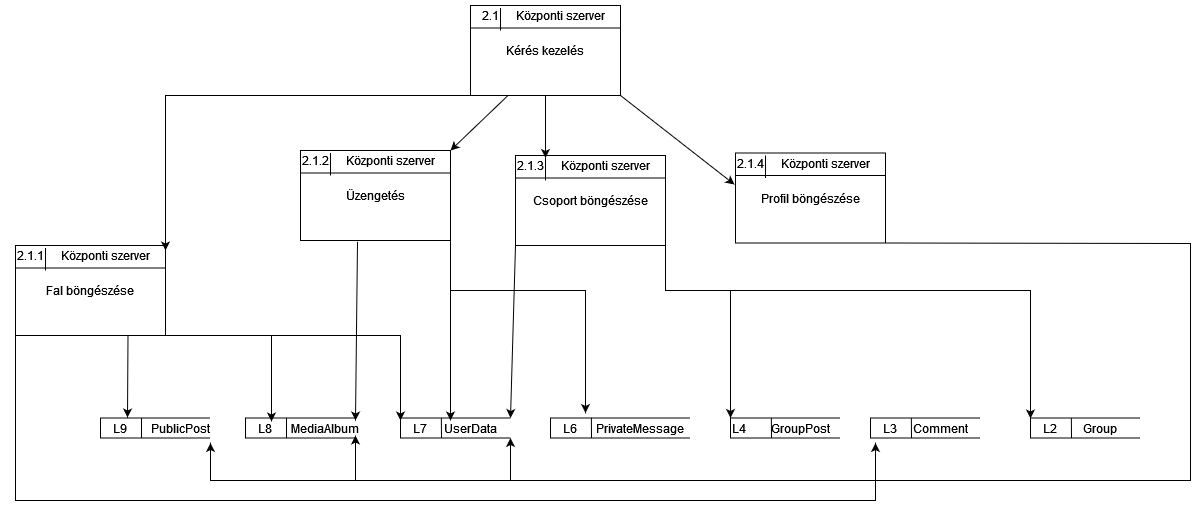
Before: documentation/diagrams/adatfolyam 3 L.drawio.png, a diagram exported from draw.io (AasinR/post-request). Source tidied: cells renumbered, new cells last; positions are measured from the earlier drawing's top-left corner, leaving out a move shared by most shapes.
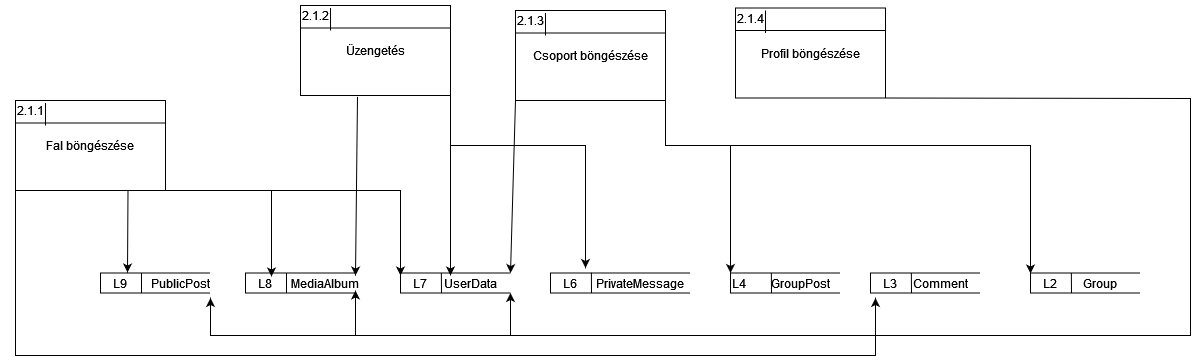
After the change.

The edit, as a diff of the source:
```diff
@@ -2,21 +2,6 @@
   <root>
     <mxCell id="0" />
     <mxCell id="1" parent="0" />
-    <mxCell id="2" value="Kérés kezelés" style="rounded=0;whiteSpace=wrap;html=1;fillColor=default;" parent="1" vertex="1">
-      <mxGeometry x="470" y="5" width="150" height="90" as="geometry" />
-    </mxCell>
-    <mxCell id="3" value="2.1" style="text;html=1;strokeColor=none;fillColor=none;align=center;verticalAlign=middle;whiteSpace=wrap;rounded=0;" parent="1" vertex="1">
-      <mxGeometry x="460" width="60" height="30" as="geometry" />
-    </mxCell>
-    <mxCell id="4" value="Központi szerver" style="text;html=1;strokeColor=none;fillColor=none;align=center;verticalAlign=middle;whiteSpace=wrap;rounded=0;" parent="1" vertex="1">
-      <mxGeometry x="500" width="120" height="30" as="geometry" />
-    </mxCell>
-    <mxCell id="5" style="endArrow=none;html=1;rounded=0;entryX=1;entryY=0.25;entryDx=0;entryDy=0;exitX=0;exitY=0.25;exitDx=0;exitDy=0;" parent="1" edge="1" source="2" target="2">
-      <mxGeometry relative="1" as="geometry" />
-    </mxCell>
-    <mxCell id="6" style="endArrow=none;html=1;rounded=0;entryX=0;entryY=0.25;entryDx=0;entryDy=0;exitX=0;exitY=1;exitDx=0;exitDy=0;" parent="1" edge="1" source="4" target="4">
-      <mxGeometry relative="1" as="geometry" />
-    </mxCell>
     <mxCell id="7" style="strokeWidth=1;html=1;shape=mxgraph.flowchart.annotation_1;align=left;fillColor=#FFFFFF;" parent="1" vertex="1">
       <mxGeometry x="550" y="417.5" width="140" height="20" as="geometry" />
     </mxCell>
@@ -120,23 +105,15 @@
     <mxCell id="35" value="2.1.1" style="text;html=1;strokeColor=none;fillColor=none;align=center;verticalAlign=middle;whiteSpace=wrap;rounded=0;" parent="1" vertex="1">
       <mxGeometry y="240" width="60" height="30" as="geometry" />
     </mxCell>
-    <mxCell id="36" value="Központi szerver" style="text;html=1;strokeColor=none;fillColor=none;align=center;verticalAlign=middle;whiteSpace=wrap;rounded=0;" parent="1" vertex="1">
-      <mxGeometry x="45" y="240" width="120" height="30" as="geometry" />
-    </mxCell>
     <mxCell id="37" style="endArrow=none;html=1;rounded=0;entryX=1;entryY=0.25;entryDx=0;entryDy=0;exitX=0;exitY=0.25;exitDx=0;exitDy=0;" parent="1" edge="1" source="34" target="34">
       <mxGeometry relative="1" as="geometry" />
     </mxCell>
-    <mxCell id="38" style="endArrow=none;html=1;rounded=0;entryX=0;entryY=0.25;entryDx=0;entryDy=0;exitX=0;exitY=1;exitDx=0;exitDy=0;" parent="1" edge="1" source="36" target="36">
-      <mxGeometry relative="1" as="geometry" />
+    <mxCell id="38" style="endArrow=none;html=1;rounded=0;entryX=0;entryY=0.25;entryDx=0;entryDy=0;exitX=0;exitY=1;exitDx=0;exitDy=0;" parent="1" edge="1">
+      <mxGeometry relative="1" as="geometry">
+        <mxPoint x="45" y="270" as="sourcePoint" />
+        <mxPoint x="45" y="247.5" as="targetPoint" />
+      </mxGeometry>
     </mxCell>
-    <mxCell id="39" style="endArrow=classic;html=1;rounded=0;exitX=0.25;exitY=1;exitDx=0;exitDy=0;" parent="1" edge="1" source="2">
-      <mxGeometry relative="1" as="geometry">
-        <mxPoint x="165" y="250" as="targetPoint" />
-        <Array as="points">
-          <mxPoint x="165" y="95" />
-        </Array>
-      </mxGeometry>
-    </mxCell>
     <mxCell id="40" style="endArrow=classic;html=1;rounded=0;exitX=0.75;exitY=1;exitDx=0;exitDy=0;" parent="1" edge="1" source="34">
       <mxGeometry relative="1" as="geometry">
         <mxPoint x="127" y="417" as="targetPoint" />
@@ -156,20 +133,15 @@
     <mxCell id="43" value="2.1.2" style="text;html=1;strokeColor=none;fillColor=none;align=center;verticalAlign=middle;whiteSpace=wrap;rounded=0;" parent="1" vertex="1">
       <mxGeometry x="285" y="145" width="60" height="30" as="geometry" />
     </mxCell>
-    <mxCell id="44" value="Központi szerver" style="text;html=1;strokeColor=none;fillColor=none;align=center;verticalAlign=middle;whiteSpace=wrap;rounded=0;" parent="1" vertex="1">
-      <mxGeometry x="330" y="145" width="120" height="30" as="geometry" />
-    </mxCell>
     <mxCell id="45" style="endArrow=none;html=1;rounded=0;entryX=1;entryY=0.25;entryDx=0;entryDy=0;exitX=0;exitY=0.25;exitDx=0;exitDy=0;" parent="1" edge="1" source="42" target="42">
       <mxGeometry relative="1" as="geometry" />
     </mxCell>
-    <mxCell id="46" style="endArrow=none;html=1;rounded=0;entryX=0;entryY=0.25;entryDx=0;entryDy=0;exitX=0;exitY=1;exitDx=0;exitDy=0;" parent="1" edge="1" source="44" target="44">
-      <mxGeometry relative="1" as="geometry" />
+    <mxCell id="46" style="endArrow=none;html=1;rounded=0;entryX=0;entryY=0.25;entryDx=0;entryDy=0;exitX=0;exitY=1;exitDx=0;exitDy=0;" parent="1" edge="1">
+      <mxGeometry relative="1" as="geometry">
+        <mxPoint x="330" y="175" as="sourcePoint" />
+        <mxPoint x="330" y="152.5" as="targetPoint" />
+      </mxGeometry>
     </mxCell>
-    <mxCell id="47" style="endArrow=classic;html=1;rounded=0;exitX=0.25;exitY=1;exitDx=0;exitDy=0;" parent="1" edge="1" source="2">
-      <mxGeometry relative="1" as="geometry">
-        <mxPoint x="450" y="150" as="targetPoint" />
-      </mxGeometry>
-    </mxCell>
     <mxCell id="48" style="endArrow=classic;html=1;rounded=0;exitX=1;exitY=1;exitDx=0;exitDy=0;" parent="1" edge="1" source="42">
       <mxGeometry relative="1" as="geometry">
         <mxPoint x="450" y="420" as="targetPoint" />
@@ -192,18 +164,15 @@
     <mxCell id="52" value="2.1.3" style="text;html=1;strokeColor=none;fillColor=none;align=center;verticalAlign=middle;whiteSpace=wrap;rounded=0;" parent="1" vertex="1">
       <mxGeometry x="500" y="150" width="60" height="30" as="geometry" />
     </mxCell>
-    <mxCell id="53" value="Központi szerver" style="text;html=1;strokeColor=none;fillColor=none;align=center;verticalAlign=middle;whiteSpace=wrap;rounded=0;" parent="1" vertex="1">
-      <mxGeometry x="545" y="150" width="120" height="30" as="geometry" />
-    </mxCell>
     <mxCell id="54" style="endArrow=none;html=1;rounded=0;entryX=1;entryY=0.25;entryDx=0;entryDy=0;exitX=0;exitY=0.25;exitDx=0;exitDy=0;" parent="1" edge="1" source="51" target="51">
       <mxGeometry relative="1" as="geometry" />
     </mxCell>
-    <mxCell id="55" style="endArrow=none;html=1;rounded=0;entryX=0;entryY=0.25;entryDx=0;entryDy=0;exitX=0;exitY=1;exitDx=0;exitDy=0;" parent="1" edge="1" source="53" target="53">
-      <mxGeometry relative="1" as="geometry" />
+    <mxCell id="55" style="endArrow=none;html=1;rounded=0;entryX=0;entryY=0.25;entryDx=0;entryDy=0;exitX=0;exitY=1;exitDx=0;exitDy=0;" parent="1" edge="1">
+      <mxGeometry relative="1" as="geometry">
+        <mxPoint x="545" y="180" as="sourcePoint" />
+        <mxPoint x="545" y="157.5" as="targetPoint" />
+      </mxGeometry>
     </mxCell>
-    <mxCell id="56" style="endArrow=classic;html=1;rounded=0;entryX=0;entryY=0.25;entryDx=0;entryDy=0;exitX=0.5;exitY=1;exitDx=0;exitDy=0;" parent="1" edge="1" source="2" target="53">
-      <mxGeometry relative="1" as="geometry" />
-    </mxCell>
     <mxCell id="57" style="endArrow=classic;html=1;rounded=0;entryX=1;entryY=0;entryDx=0;entryDy=0;entryPerimeter=0;exitX=0;exitY=1;exitDx=0;exitDy=0;" parent="1" edge="1" source="51" target="11">
       <mxGeometry relative="1" as="geometry" />
     </mxCell>
@@ -229,14 +198,14 @@
     <mxCell id="61" value="2.1.4" style="text;html=1;strokeColor=none;fillColor=none;align=center;verticalAlign=middle;whiteSpace=wrap;rounded=0;" parent="1" vertex="1">
       <mxGeometry x="720" y="147.5" width="60" height="30" as="geometry" />
     </mxCell>
-    <mxCell id="62" value="Központi szerver" style="text;html=1;strokeColor=none;fillColor=none;align=center;verticalAlign=middle;whiteSpace=wrap;rounded=0;" parent="1" vertex="1">
-      <mxGeometry x="765" y="147.5" width="120" height="30" as="geometry" />
-    </mxCell>
     <mxCell id="63" style="endArrow=none;html=1;rounded=0;entryX=1;entryY=0.25;entryDx=0;entryDy=0;exitX=0;exitY=0.25;exitDx=0;exitDy=0;" parent="1" edge="1" source="60" target="60">
       <mxGeometry relative="1" as="geometry" />
     </mxCell>
-    <mxCell id="64" style="endArrow=none;html=1;rounded=0;entryX=0;entryY=0.25;entryDx=0;entryDy=0;exitX=0;exitY=1;exitDx=0;exitDy=0;" parent="1" edge="1" source="62" target="62">
-      <mxGeometry relative="1" as="geometry" />
+    <mxCell id="64" style="endArrow=none;html=1;rounded=0;entryX=0;entryY=0.25;entryDx=0;entryDy=0;exitX=0;exitY=1;exitDx=0;exitDy=0;" parent="1" edge="1">
+      <mxGeometry relative="1" as="geometry">
+        <mxPoint x="765" y="177.5" as="sourcePoint" />
+        <mxPoint x="765" y="155" as="targetPoint" />
+      </mxGeometry>
     </mxCell>
     <mxCell id="65" style="endArrow=classic;html=1;rounded=0;entryX=1;entryY=1;entryDx=0;entryDy=0;entryPerimeter=0;" parent="1" edge="1" target="11">
       <mxGeometry relative="1" as="geometry">
@@ -252,9 +221,6 @@
         </Array>
       </mxGeometry>
     </mxCell>
-    <mxCell id="67" style="endArrow=classic;html=1;rounded=0;exitX=1;exitY=1;exitDx=0;exitDy=0;entryX=-0.007;entryY=0.35;entryDx=0;entryDy=0;entryPerimeter=0;" parent="1" edge="1" source="2" target="60">
-      <mxGeometry relative="1" as="geometry" />
-    </mxCell>
     <mxCell id="68" style="endArrow=classic;html=1;rounded=0;entryX=1;entryY=0.75;entryDx=0;entryDy=0;" parent="1" edge="1" target="18">
       <mxGeometry relative="1" as="geometry">
         <mxPoint x="355" y="480" as="sourcePoint" />
```
